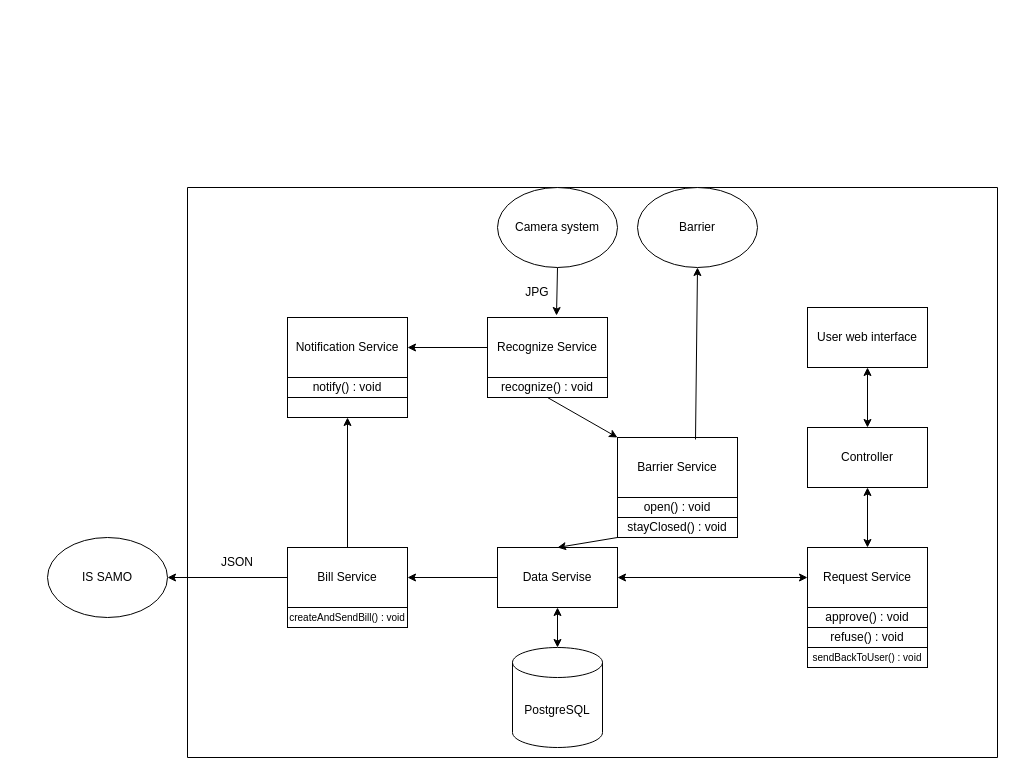
The draw.io diagram Untitled Diagram.drawio in artem8906/city_center_entry, before the edit. Source tidied: cells renumbered, new cells numbered last; positions are measured from the earlier drawing's top-left corner, leaving out a move shared by most shapes. Both pictures are drawn from the tidied source at 100%, with x=0, y=0 at pixel (47, 187).
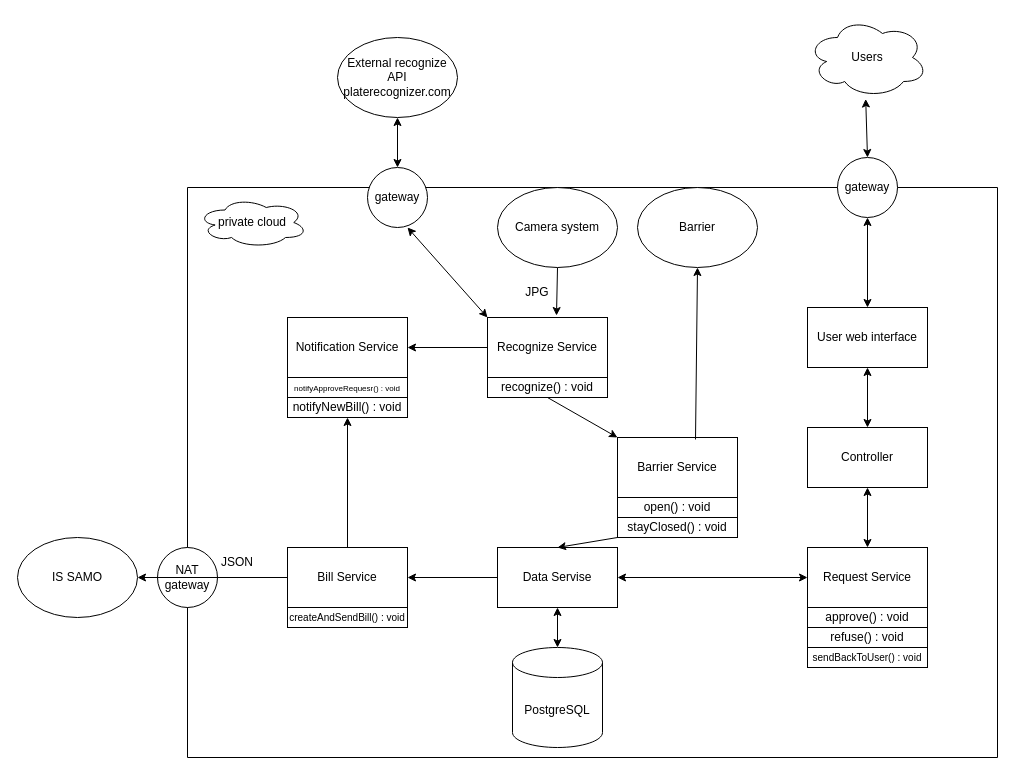
The same diagram, later.

Unchanged cells that the change refers to:
```xml
<mxCell id="2" style="swimlane;startSize=0;" parent="1" vertex="1">
  <mxGeometry x="140" width="810" height="570" as="geometry" />
</mxCell>
<mxCell id="6" value="Recognize Service" style="rounded=0;whiteSpace=wrap;html=1;" parent="2" vertex="1">
  <mxGeometry x="300" y="130" width="120" height="60" as="geometry" />
</mxCell>
<mxCell id="13" value="User web interface" style="rounded=0;whiteSpace=wrap;html=1;" parent="2" vertex="1">
  <mxGeometry x="620" y="120" width="120" height="60" as="geometry" />
</mxCell>
```

Change to the diagram source:
```diff
@@
-    <mxCell id="31" value="notify() : void" style="rounded=0;whiteSpace=wrap;html=1;" parent="2" vertex="1">
+    <mxCell id="31" value="&lt;font style=&quot;font-size: 8px;&quot;&gt;notifyApproveRequesr() : void&lt;/font&gt;" style="rounded=0;whiteSpace=wrap;html=1;" parent="2" vertex="1">
       <mxGeometry x="100" y="190" width="120" height="20" as="geometry" />
     </mxCell>
-    <mxCell id="32" style="rounded=0;whiteSpace=wrap;html=1;" parent="2" vertex="1">
+    <mxCell id="32" value="notifyNewBill() : void" style="rounded=0;whiteSpace=wrap;html=1;" parent="2" vertex="1">
       <mxGeometry x="100" y="210" width="120" height="20" as="geometry" />
     </mxCell>
@@
+    <mxCell id="38" value="private cloud" style="ellipse;shape=cloud;whiteSpace=wrap;html=1;" parent="2" vertex="1">
+      <mxGeometry x="10" y="10" width="110" height="50" as="geometry" />
+    </mxCell>
+    <mxCell id="39" value="NAT gateway" style="ellipse;whiteSpace=wrap;html=1;" parent="2" vertex="1">
+      <mxGeometry x="-30" y="360" width="60" height="60" as="geometry" />
+    </mxCell>
     <mxCell id="36" value="IS SAMO" style="ellipse;whiteSpace=wrap;html=1;" parent="1" vertex="1">
-      <mxGeometry y="350" width="120" height="80" as="geometry" />
+      <mxGeometry x="-30" y="350" width="120" height="80" as="geometry" />
     </mxCell>
@@
+    <mxCell id="40" value="External recognize API&lt;br&gt;platerecognizer.com" style="ellipse;whiteSpace=wrap;html=1;" parent="1" vertex="1">
+      <mxGeometry x="290" y="-150" width="120" height="80" as="geometry" />
+    </mxCell>
+    <mxCell id="41" style="endArrow=classic;startArrow=classic;html=1;rounded=0;entryX=0.5;entryY=0;entryDx=0;entryDy=0;" parent="1" edge="1" source="43" target="13">
+      <mxGeometry relative="1" as="geometry" />
+    </mxCell>
+    <mxCell id="42" value="Users" style="ellipse;shape=cloud;whiteSpace=wrap;html=1;" parent="1" vertex="1">
+      <mxGeometry x="760" y="-170" width="120" height="80" as="geometry" />
+    </mxCell>
+    <mxCell id="43" value="gateway" style="ellipse;whiteSpace=wrap;html=1;" parent="1" vertex="1">
+      <mxGeometry x="790" y="-30" width="60" height="60" as="geometry" />
+    </mxCell>
+    <mxCell id="44" style="endArrow=classic;startArrow=classic;html=1;rounded=0;exitX=0.5;exitY=0;exitDx=0;exitDy=0;entryX=0.485;entryY=1.019;entryDx=0;entryDy=0;entryPerimeter=0;" parent="1" edge="1" source="43" target="42">
+      <mxGeometry relative="1" as="geometry" />
+    </mxCell>
+    <mxCell id="45" value="gateway" style="ellipse;whiteSpace=wrap;html=1;" parent="1" vertex="1">
+      <mxGeometry x="320" y="-20" width="60" height="60" as="geometry" />
+    </mxCell>
+    <mxCell id="46" style="endArrow=classic;startArrow=classic;html=1;rounded=0;exitX=0;exitY=0;exitDx=0;exitDy=0;" parent="1" edge="1" source="6">
+      <mxGeometry relative="1" as="geometry">
+        <mxPoint x="360" y="40" as="targetPoint" />
+      </mxGeometry>
+    </mxCell>
+    <mxCell id="47" style="endArrow=classic;startArrow=classic;html=1;rounded=0;entryX=0.5;entryY=1;entryDx=0;entryDy=0;exitX=0.5;exitY=0;exitDx=0;exitDy=0;" parent="1" edge="1" source="45" target="40">
+      <mxGeometry relative="1" as="geometry" />
+    </mxCell>
```
